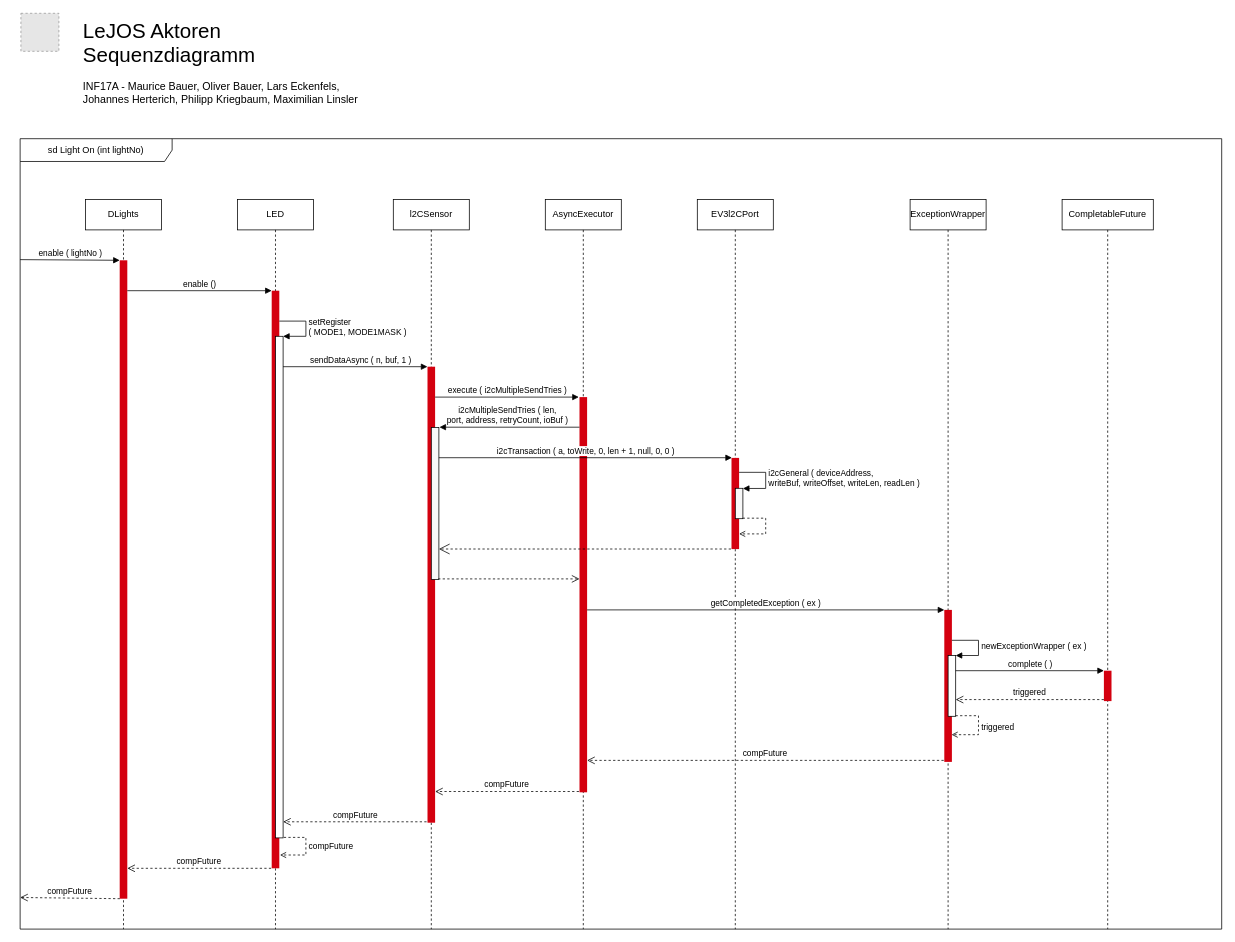
herterjo/lejos-ev3 keeps this draw.io diagram as diagrams/sd_Licht_an.drawio. Above is the earlier version. Source tidied: cells renumbered, new cells numbered last; positions are measured from the earlier drawing's top-left corner, leaving out a move shared by most shapes. Both pictures are drawn from the tidied source at 76%, with x=0, y=0 at pixel (20, 13). Pictures stored in the file or linked from it are replaced by grey dashed boxes.
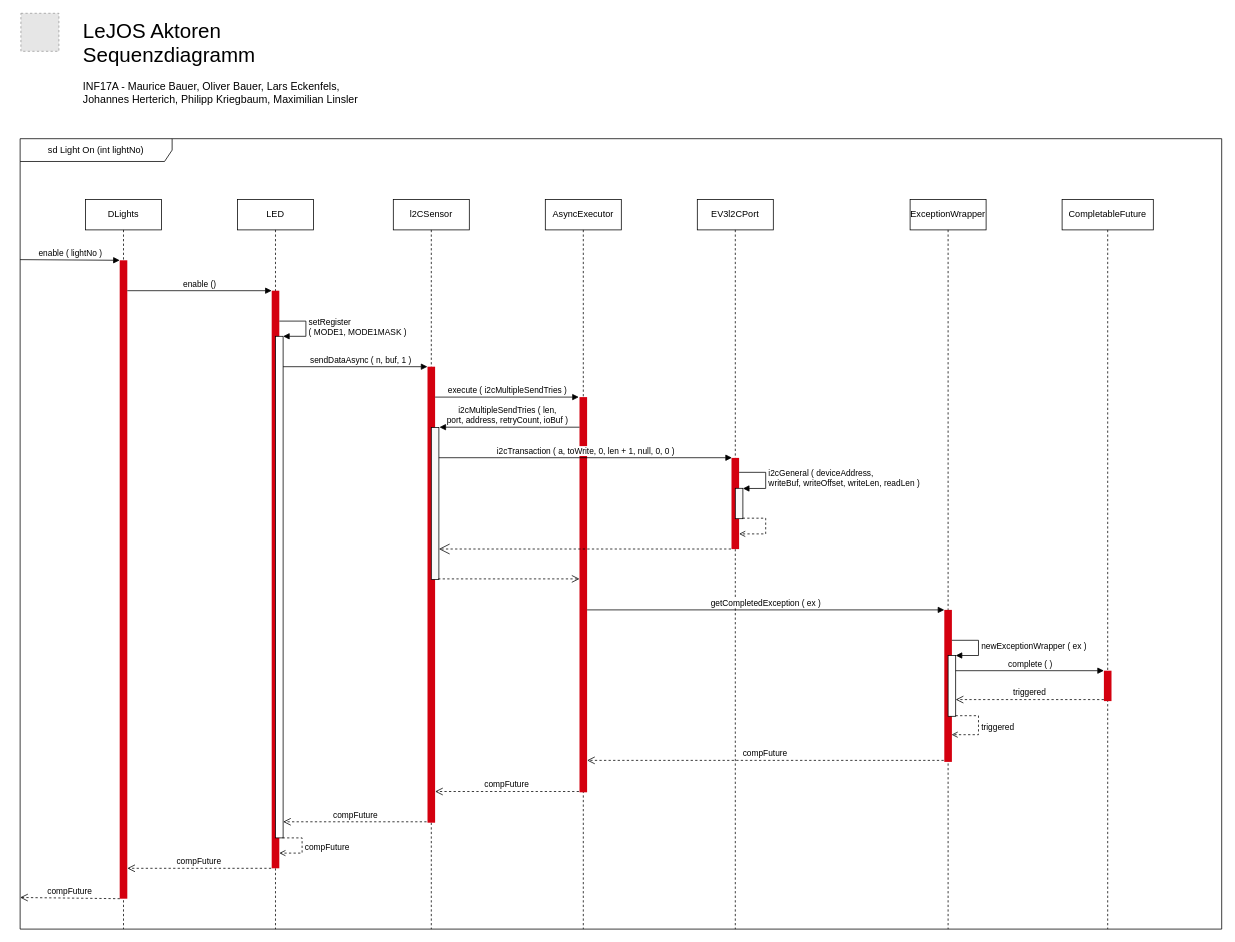
The same page after the edit.

Commit message (it also covers changes not shown here):
Sequenzdiagramme Licht an/aus fix

Unchanged cells that the change refers to:
```xml
<mxCell id="12" value="LED" style="shape=umlLifeline;perimeter=lifelinePerimeter;whiteSpace=wrap;html=1;" parent="1" vertex="1">
  <mxGeometry x="286" y="245" width="100" height="960" as="geometry" />
</mxCell>
<mxCell id="13" style="html=1;points=[];perimeter=orthogonalPerimeter;fillColor=#D4000F;strokeColor=none;" parent="12" vertex="1">
  <mxGeometry x="45" y="120" width="10" height="760" as="geometry" />
</mxCell>
<mxCell id="14" style="html=1;points=[];perimeter=orthogonalPerimeter;" parent="12" vertex="1">
  <mxGeometry x="50" y="180" width="10" height="660" as="geometry" />
</mxCell>
```

The edit, as a diff of the source:
```diff
@@
-    <mxCell id="16" value="&#10;&#10;&lt;span style=&quot;color: rgb(0, 0, 0); font-family: Helvetica; font-size: 11px; font-style: normal; font-variant-ligatures: normal; font-variant-caps: normal; font-weight: 400; letter-spacing: normal; orphans: 2; text-align: center; text-indent: 0px; text-transform: none; widows: 2; word-spacing: 0px; -webkit-text-stroke-width: 0px; background-color: rgb(255, 255, 255); text-decoration-style: initial; text-decoration-color: initial; float: none; display: inline !important;&quot;&gt;compFuture&lt;/span&gt;&#10;&#10;" style="edgeStyle=elbowEdgeStyle;html=1;align=left;spacingLeft=2;endArrow=open;rounded=0;exitX=1.097;exitY=0.999;exitDx=0;exitDy=0;exitPerimeter=0;dashed=1;endFill=0;jumpSize=3;entryX=1.092;entryY=0.977;entryDx=0;entryDy=0;entryPerimeter=0;" parent="12" edge="1" source="14" target="13">
-      <mxGeometry x="-0.05" relative="1" as="geometry">
+    <mxCell id="16" value="&lt;span style=&quot;text-align: center&quot;&gt;compFuture&lt;/span&gt;" style="edgeStyle=elbowEdgeStyle;html=1;align=left;spacingLeft=2;endArrow=open;rounded=0;exitX=0.928;exitY=1;exitDx=0;exitDy=0;exitPerimeter=0;dashed=1;endFill=0;jumpSize=3;" parent="12" edge="1" source="14" target="13">
+      <mxGeometry relative="1" as="geometry">
         <Array as="points">
-          <mxPoint x="90" y="950" />
-          <mxPoint x="85" y="950.7" />
+          <mxPoint x="85" y="860" />
+          <mxPoint x="92.7" y="850.8" />
+          <mxPoint x="87.7" y="811.5" />
         </Array>
       </mxGeometry>
     </mxCell>
```
